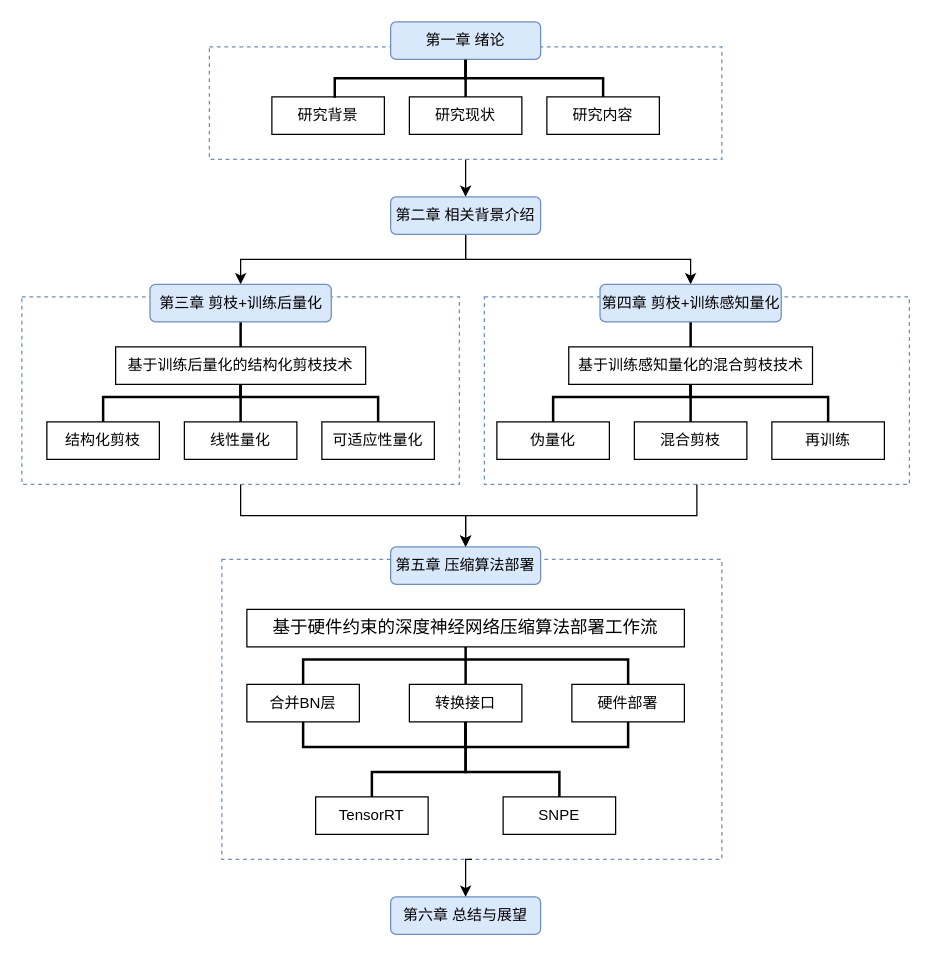
Before: 文章结构.drawio in JIANGBOFENG/MY_GIT_Repo, a draw.io diagram. Source tidied: cells renumbered, new cells numbered last; positions are measured from the earlier drawing's top-left corner, leaving out a move shared by most shapes. Both pictures are drawn from the tidied source at 125%, with x=0, y=0 at pixel (21, 21).
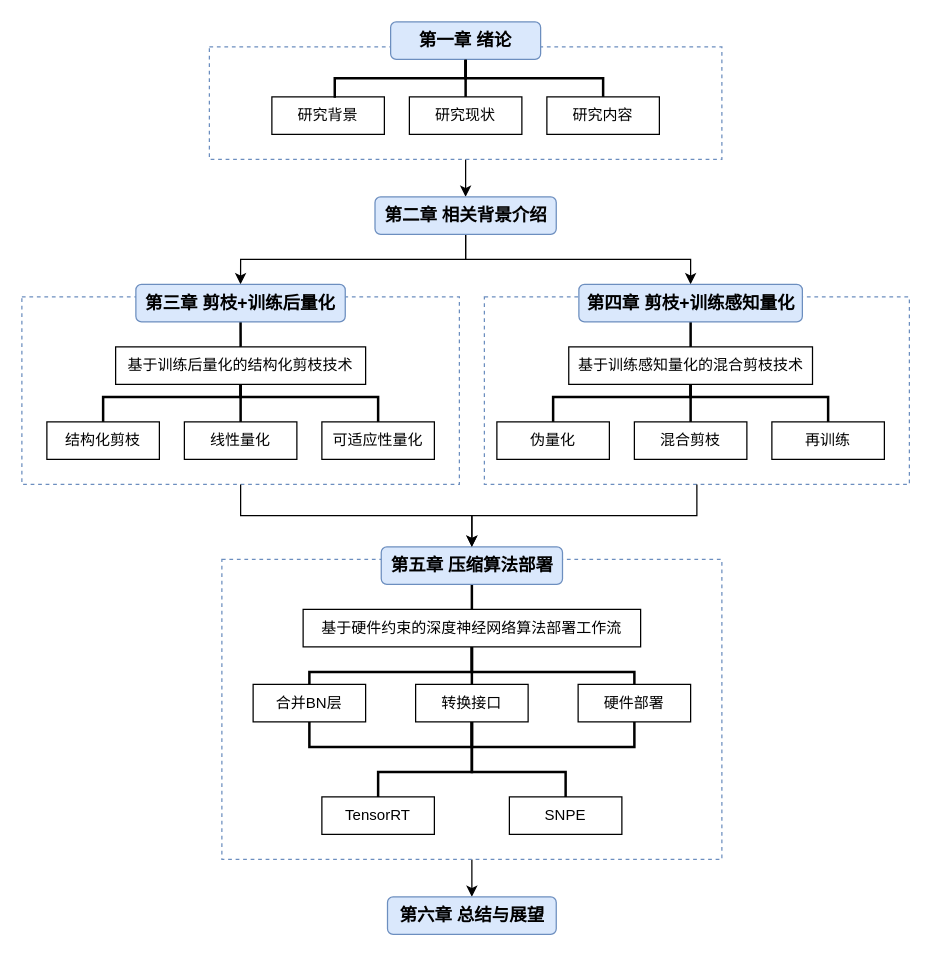
The same diagram, later.

Commit message (it also covers changes not shown here):
更新文章结构.drawio

Unchanged cells that the change refers to:
```xml
<mxCell id="4" style="rounded=0;whiteSpace=wrap;html=1;dashed=1;fillColor=none;strokeColor=#6c8ebf;" parent="1" vertex="1">
  <mxGeometry x="160" y="430" width="400" height="240" as="geometry" />
</mxCell>
```

Change to the diagram source:
```diff
@@
+    <mxCell id="51" style="edgeStyle=orthogonalEdgeStyle;rounded=0;jettySize=auto;html=1;exitX=0.5;exitY=1;exitDx=0;exitDy=0;entryX=0.5;entryY=0;entryDx=0;entryDy=0;" parent="1" edge="1" source="4" target="37">
+      <mxGeometry relative="1" as="geometry" />
+    </mxCell>
@@
-    <mxCell id="9" value="第一章 绪论" style="rounded=1;whiteSpace=wrap;html=1;fillColor=#dae8fc;strokeColor=#6c8ebf;" parent="1" vertex="1">
+    <mxCell id="9" value="第一章 绪论" style="rounded=1;whiteSpace=wrap;html=1;fillColor=#dae8fc;strokeColor=#6c8ebf;fontSize=14;fontStyle=1;" parent="1" vertex="1">
       <mxGeometry x="295" width="120" height="30" as="geometry" />
     </mxCell>
@@
-    <mxCell id="12" value="第二章 相关背景介绍" style="rounded=1;whiteSpace=wrap;html=1;fillColor=#dae8fc;strokeColor=#6c8ebf;" parent="1" vertex="1">
-      <mxGeometry x="295" y="140" width="120" height="30" as="geometry" />
+    <mxCell id="12" value="第二章 相关背景介绍" style="rounded=1;whiteSpace=wrap;html=1;fillColor=#dae8fc;strokeColor=#6c8ebf;fontSize=14;fontStyle=1;" parent="1" vertex="1">
+      <mxGeometry x="282.5" y="140" width="145" height="30" as="geometry" />
     </mxCell>
@@
-    <mxCell id="14" value="第三章 剪枝+训练后量化" style="rounded=1;whiteSpace=wrap;html=1;fillColor=#dae8fc;strokeColor=#6c8ebf;" parent="1" vertex="1">
-      <mxGeometry x="102.5" y="210" width="145" height="30" as="geometry" />
+    <mxCell id="14" value="第三章 剪枝+训练后量化" style="rounded=1;whiteSpace=wrap;html=1;fillColor=#dae8fc;strokeColor=#6c8ebf;fontSize=14;fontStyle=1;" parent="1" vertex="1">
+      <mxGeometry x="91.2" y="210" width="167.5" height="30" as="geometry" />
     </mxCell>
@@
-    <mxCell id="16" value="第四章 剪枝+训练感知量化" style="rounded=1;whiteSpace=wrap;html=1;fillColor=#dae8fc;strokeColor=#6c8ebf;" parent="1" vertex="1">
-      <mxGeometry x="462.5" y="210" width="145" height="30" as="geometry" />
+    <mxCell id="16" value="第四章 剪枝+训练感知量化" style="rounded=1;whiteSpace=wrap;html=1;fillColor=#dae8fc;strokeColor=#6c8ebf;fontSize=14;fontStyle=1;" parent="1" vertex="1">
+      <mxGeometry x="445.6" y="210" width="178.8" height="30" as="geometry" />
     </mxCell>
+    <mxCell id="52" style="edgeStyle=orthogonalEdgeStyle;rounded=0;jettySize=auto;html=1;exitX=0.5;exitY=1;exitDx=0;exitDy=0;entryX=0.5;entryY=0;entryDx=0;entryDy=0;shape=link;width=1;" parent="1" edge="1" source="17" target="34">
+      <mxGeometry relative="1" as="geometry" />
+    </mxCell>
-    <mxCell id="17" value="第五章 压缩算法部署" style="rounded=1;whiteSpace=wrap;html=1;fillColor=#dae8fc;strokeColor=#6c8ebf;" parent="1" vertex="1">
-      <mxGeometry x="295" y="420" width="120" height="30" as="geometry" />
+    <mxCell id="17" value="第五章 压缩算法部署" style="rounded=1;whiteSpace=wrap;html=1;fillColor=#dae8fc;strokeColor=#6c8ebf;fontSize=14;fontStyle=1;" parent="1" vertex="1">
+      <mxGeometry x="287.5" y="420" width="145" height="30" as="geometry" />
     </mxCell>
@@
     <mxCell id="31" value="合并BN层" style="rounded=0;whiteSpace=wrap;html=1;" parent="1" vertex="1">
-      <mxGeometry x="180" y="530" width="90" height="30" as="geometry" />
+      <mxGeometry x="185" y="530" width="90" height="30" as="geometry" />
     </mxCell>
     <mxCell id="32" style="edgeStyle=orthogonalEdgeStyle;rounded=0;jettySize=auto;html=1;exitX=0.5;exitY=1;exitDx=0;exitDy=0;entryX=0.5;entryY=0;entryDx=0;entryDy=0;shape=link;width=1;" parent="1" edge="1" source="34" target="31">
-      <mxGeometry relative="1" as="geometry">
-        <Array as="points">
-          <mxPoint x="355" y="510" />
-          <mxPoint x="225" y="510" />
-        </Array>
-      </mxGeometry>
+      <mxGeometry relative="1" as="geometry" />
     </mxCell>
-    <mxCell id="33" style="edgeStyle=orthogonalEdgeStyle;rounded=0;jettySize=auto;html=1;exitX=0.5;exitY=0;exitDx=0;exitDy=0;entryX=0.5;entryY=0;entryDx=0;entryDy=0;shape=link;width=1;" parent="1" edge="1" source="47" target="40">
-      <mxGeometry relative="1" as="geometry" />
-    </mxCell>
+    <mxCell id="53" style="edgeStyle=orthogonalEdgeStyle;rounded=0;jettySize=auto;html=1;exitX=0.5;exitY=1;exitDx=0;exitDy=0;entryX=0.5;entryY=0;entryDx=0;entryDy=0;shape=link;width=1;" parent="1" edge="1" source="34" target="40">
+      <mxGeometry relative="1" as="geometry" />
+    </mxCell>
+    <mxCell id="54" style="edgeStyle=orthogonalEdgeStyle;rounded=0;jettySize=auto;html=1;exitX=0.5;exitY=1;exitDx=0;exitDy=0;entryX=0.5;entryY=0;entryDx=0;entryDy=0;shape=link;width=1;" parent="1" edge="1" source="34" target="47">
+      <mxGeometry relative="1" as="geometry" />
+    </mxCell>
-    <mxCell id="34" value="&lt;div style=&quot;font-family: Consolas, &amp;quot;Courier New&amp;quot;, monospace; font-size: 14px; line-height: 19px;&quot;&gt;&lt;span style=&quot;background-color: rgb(255, 255, 255);&quot;&gt;基于硬件约束的深度神经网络压缩算法部署工作流&lt;/span&gt;&lt;/div&gt;" style="rounded=0;whiteSpace=wrap;html=1;strokeColor=default;" parent="1" vertex="1">
-      <mxGeometry x="180" y="470" width="350" height="30" as="geometry" />
+    <mxCell id="34" value="&lt;div style=&quot;line-height: 19px;&quot;&gt;&lt;span style=&quot;background-color: rgb(255, 255, 255);&quot;&gt;&lt;font style=&quot;font-size: 12px;&quot; face=&quot;Helvetica&quot;&gt;基于硬件约束的深度神经网络算法部署工作流&lt;/font&gt;&lt;/span&gt;&lt;/div&gt;" style="rounded=0;whiteSpace=wrap;html=1;strokeColor=default;" parent="1" vertex="1">
+      <mxGeometry x="225" y="470" width="270" height="30" as="geometry" />
     </mxCell>
     <mxCell id="35" value="TensorRT" style="rounded=0;whiteSpace=wrap;html=1;" parent="1" vertex="1">
-      <mxGeometry x="235" y="620" width="90" height="30" as="geometry" />
+      <mxGeometry x="240" y="620" width="90" height="30" as="geometry" />
     </mxCell>
     <mxCell id="36" value="SNPE" style="rounded=0;whiteSpace=wrap;html=1;" parent="1" vertex="1">
-      <mxGeometry x="385" y="620" width="90" height="30" as="geometry" />
+      <mxGeometry x="390" y="620" width="90" height="30" as="geometry" />
     </mxCell>
-    <mxCell id="37" value="第六章 总结与展望" style="rounded=1;whiteSpace=wrap;html=1;fillColor=#dae8fc;strokeColor=#6c8ebf;" parent="1" vertex="1">
-      <mxGeometry x="295" y="700" width="120" height="30" as="geometry" />
+    <mxCell id="37" value="第六章 总结与展望" style="rounded=1;whiteSpace=wrap;html=1;fillColor=#dae8fc;strokeColor=#6c8ebf;fontSize=14;fontStyle=1;" parent="1" vertex="1">
+      <mxGeometry x="292.5" y="700" width="135" height="30" as="geometry" />
     </mxCell>
     <mxCell id="38" style="edgeStyle=orthogonalEdgeStyle;rounded=0;jettySize=auto;html=1;exitX=0.5;exitY=1;exitDx=0;exitDy=0;shape=link;width=1;" parent="1" edge="1" source="40" target="35">
       <mxGeometry relative="1" as="geometry">
         <Array as="points">
-          <mxPoint x="355" y="600" />
-          <mxPoint x="280" y="600" />
+          <mxPoint x="360" y="600" />
+          <mxPoint x="285" y="600" />
         </Array>
       </mxGeometry>
     </mxCell>
     <mxCell id="39" style="edgeStyle=orthogonalEdgeStyle;rounded=0;jettySize=auto;html=1;exitX=0.5;exitY=1;exitDx=0;exitDy=0;entryX=0.5;entryY=0;entryDx=0;entryDy=0;shape=link;width=1;" parent="1" edge="1" source="40" target="36">
       <mxGeometry relative="1" as="geometry">
         <Array as="points">
-          <mxPoint x="355" y="600" />
-          <mxPoint x="430" y="600" />
+          <mxPoint x="360" y="600" />
+          <mxPoint x="435" y="600" />
         </Array>
       </mxGeometry>
     </mxCell>
     <mxCell id="40" value="转换接口" style="rounded=0;whiteSpace=wrap;html=1;" parent="1" vertex="1">
-      <mxGeometry x="310" y="530" width="90" height="30" as="geometry" />
+      <mxGeometry x="315" y="530" width="90" height="30" as="geometry" />
     </mxCell>
@@
     <mxCell id="47" value="硬件部署" style="rounded=0;whiteSpace=wrap;html=1;" parent="1" vertex="1">
-      <mxGeometry x="440" y="530" width="90" height="30" as="geometry" />
+      <mxGeometry x="445" y="530" width="90" height="30" as="geometry" />
     </mxCell>
@@
-    <mxCell id="51" style="edgeStyle=orthogonalEdgeStyle;rounded=0;jettySize=auto;html=1;exitX=0.5;exitY=1;exitDx=0;exitDy=0;entryX=0.5;entryY=0;entryDx=0;entryDy=0;" parent="1" edge="1" source="4" target="37">
-      <mxGeometry relative="1" as="geometry" />
-    </mxCell>
```
